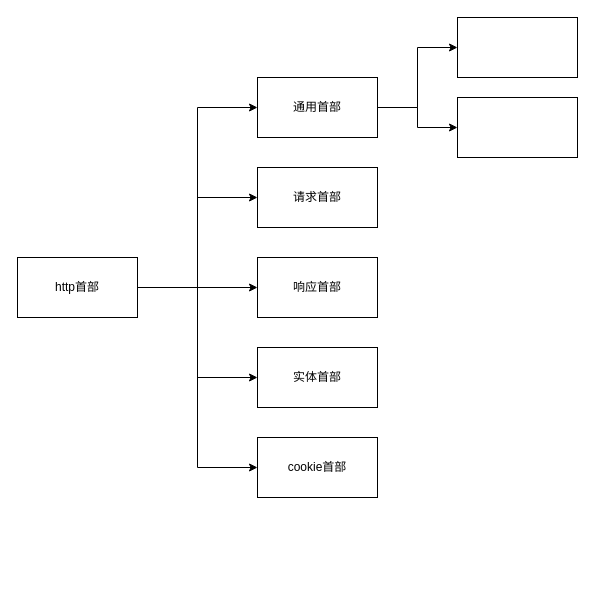
Above: http头部.drawio in lmxyjy/draw.io (draw.io), before the change. Source tidied: cells renumbered, new cells numbered last; positions are measured from the earlier drawing's top-left corner, leaving out a move shared by most shapes. Both pictures are drawn from the tidied source at 100%, with x=0, y=0 at pixel (17, 17).
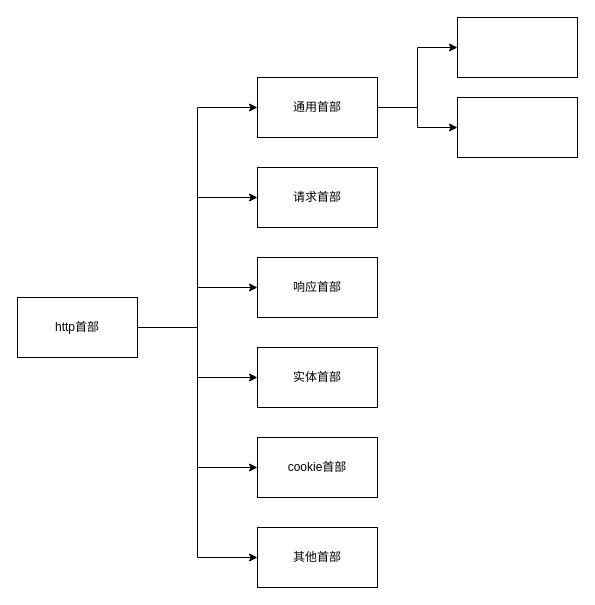
Above is the later version.

Change to the diagram source:
```diff
@@
 <mxGraphModel>
   <root>
     <mxCell id="0" />
     <mxCell id="1" parent="0" />
     <mxCell id="2" style="edgeStyle=orthogonalEdgeStyle;rounded=0;jettySize=auto;html=1;entryX=0;entryY=0.5;entryDx=0;entryDy=0;" parent="1" edge="1" source="7" target="10">
       <mxGeometry relative="1" as="geometry" />
     </mxCell>
     <mxCell id="3" style="edgeStyle=orthogonalEdgeStyle;rounded=0;jettySize=auto;html=1;entryX=0;entryY=0.5;entryDx=0;entryDy=0;" parent="1" edge="1" source="7" target="11">
       <mxGeometry relative="1" as="geometry" />
     </mxCell>
     <mxCell id="4" style="edgeStyle=orthogonalEdgeStyle;rounded=0;jettySize=auto;html=1;entryX=0;entryY=0.5;entryDx=0;entryDy=0;" parent="1" edge="1" source="7" target="12">
       <mxGeometry relative="1" as="geometry" />
     </mxCell>
     <mxCell id="5" style="edgeStyle=orthogonalEdgeStyle;rounded=0;jettySize=auto;html=1;entryX=0;entryY=0.5;entryDx=0;entryDy=0;" parent="1" edge="1" source="7" target="13">
       <mxGeometry relative="1" as="geometry" />
     </mxCell>
     <mxCell id="6" style="edgeStyle=orthogonalEdgeStyle;rounded=0;jettySize=auto;html=1;entryX=0;entryY=0.5;entryDx=0;entryDy=0;" parent="1" edge="1" source="7" target="14">
       <mxGeometry relative="1" as="geometry" />
     </mxCell>
+    <mxCell id="17" style="edgeStyle=orthogonalEdgeStyle;rounded=0;jettySize=auto;html=1;entryX=0;entryY=0.5;entryDx=0;entryDy=0;" parent="1" edge="1" source="7" target="18">
+      <mxGeometry relative="1" as="geometry" />
+    </mxCell>
     <mxCell id="7" value="http首部" style="rounded=0;whiteSpace=wrap;html=1;" parent="1" vertex="1">
-      <mxGeometry y="240" width="120" height="60" as="geometry" />
+      <mxGeometry y="280" width="120" height="60" as="geometry" />
     </mxCell>
     <mxCell id="8" style="edgeStyle=orthogonalEdgeStyle;rounded=0;jettySize=auto;html=1;entryX=0;entryY=0.5;entryDx=0;entryDy=0;" parent="1" edge="1" source="10" target="15">
       <mxGeometry relative="1" as="geometry" />
     </mxCell>
     <mxCell id="9" style="edgeStyle=orthogonalEdgeStyle;rounded=0;jettySize=auto;html=1;entryX=0;entryY=0.5;entryDx=0;entryDy=0;" parent="1" edge="1" source="10" target="16">
       <mxGeometry relative="1" as="geometry" />
     </mxCell>
     <mxCell id="10" value="通用首部" style="whiteSpace=wrap;html=1;" parent="1" vertex="1">
       <mxGeometry x="240" y="60" width="120" height="60" as="geometry" />
     </mxCell>
     <mxCell id="11" value="请求首部" style="whiteSpace=wrap;html=1;" parent="1" vertex="1">
       <mxGeometry x="240" y="150" width="120" height="60" as="geometry" />
     </mxCell>
     <mxCell id="12" value="响应首部" style="whiteSpace=wrap;html=1;" parent="1" vertex="1">
       <mxGeometry x="240" y="240" width="120" height="60" as="geometry" />
     </mxCell>
     <mxCell id="13" value="实体首部" style="whiteSpace=wrap;html=1;" parent="1" vertex="1">
       <mxGeometry x="240" y="330" width="120" height="60" as="geometry" />
     </mxCell>
     <mxCell id="14" value="cookie首部" style="whiteSpace=wrap;html=1;" parent="1" vertex="1">
       <mxGeometry x="240" y="420" width="120" height="60" as="geometry" />
     </mxCell>
     <mxCell id="15" style="whiteSpace=wrap;html=1;" parent="1" vertex="1">
       <mxGeometry x="440" width="120" height="60" as="geometry" />
     </mxCell>
     <mxCell id="16" style="whiteSpace=wrap;html=1;" parent="1" vertex="1">
       <mxGeometry x="440" y="80" width="120" height="60" as="geometry" />
     </mxCell>
+    <mxCell id="18" value="其他首部" style="whiteSpace=wrap;html=1;" parent="1" vertex="1">
+      <mxGeometry x="240" y="510" width="120" height="60" as="geometry" />
+    </mxCell>
   </root>
 </mxGraphModel>
```
